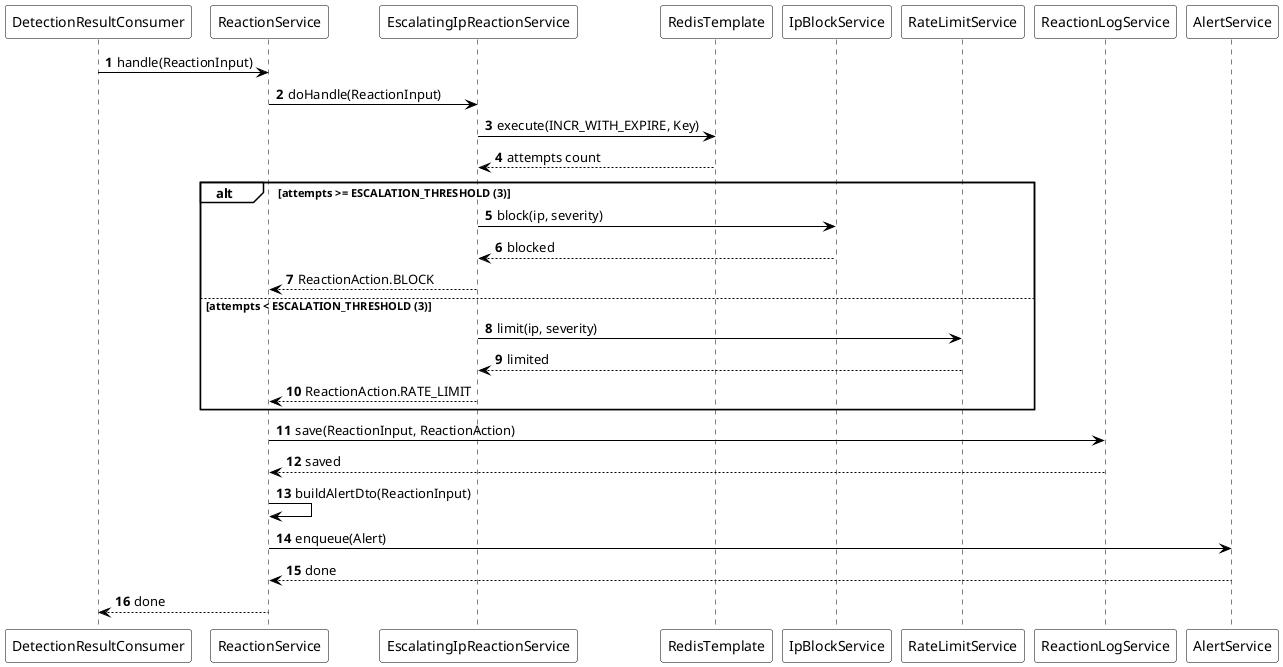
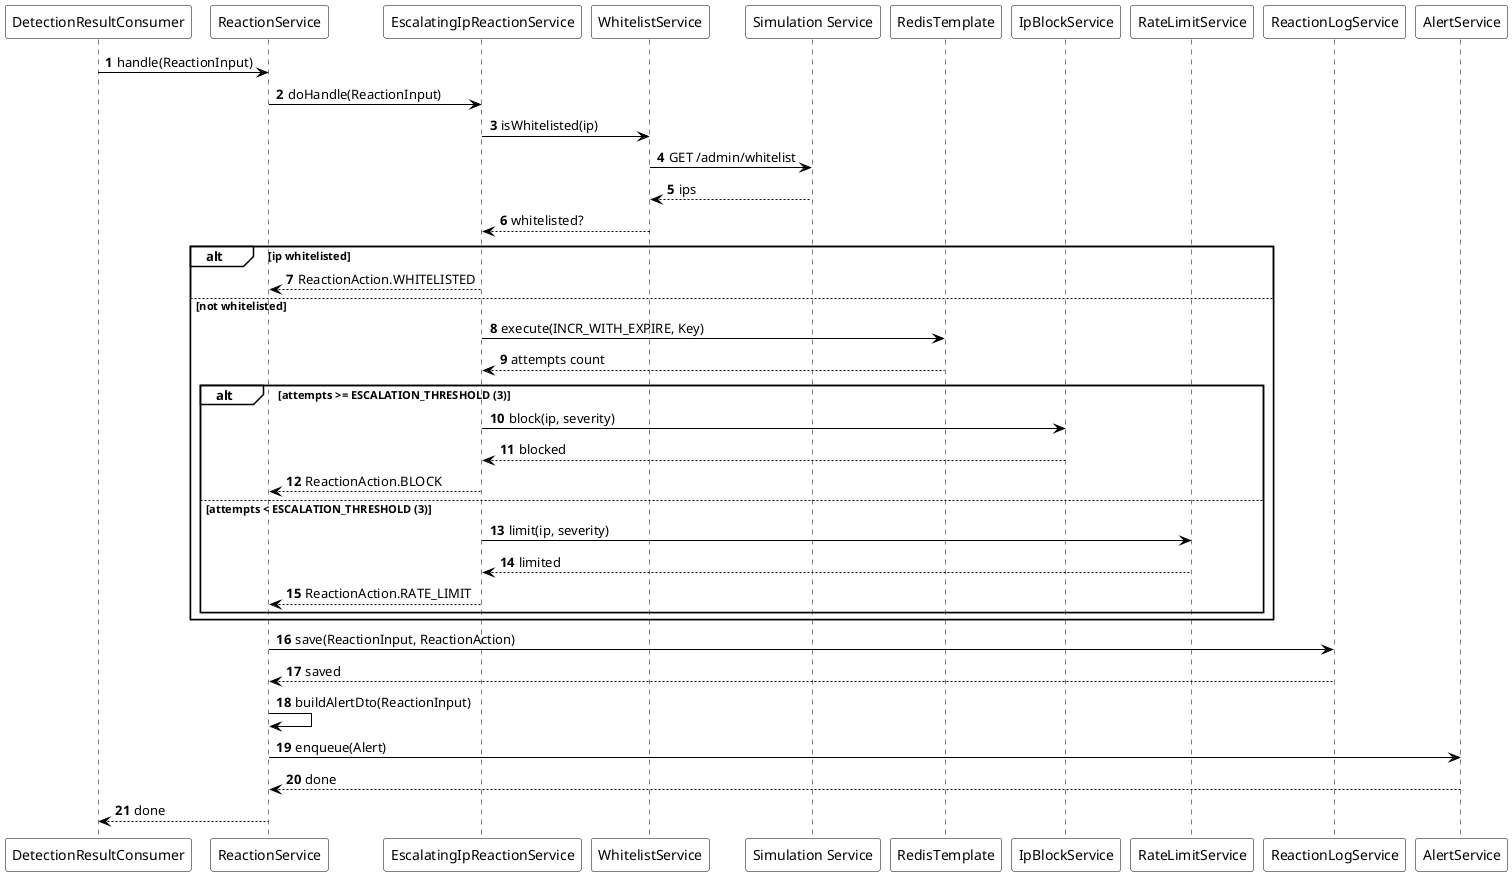
@startuml sequence-reaction-escalation
autonumber
<style>
root {
  BackgroundColor white
  LineColor black
  FontColor black
}
sequenceDiagram {
  participant {
    Padding 10
  }
}
</style>

participant "DetectionResultConsumer" as Consumer
participant "ReactionService" as ReactionSvc
participant "EscalatingIpReactionService" as EscalatingSvc
+ participant "WhitelistService" as WhitelistSvc
+ participant "Simulation Service" as Simulation
participant "RedisTemplate" as Redis
participant "IpBlockService" as BlockSvc
participant "RateLimitService" as LimitSvc
participant "ReactionLogService" as LogSvc
participant "AlertService" as AlertSvc

Consumer -> ReactionSvc : handle(ReactionInput)
ReactionSvc -> EscalatingSvc : doHandle(ReactionInput)

- EscalatingSvc -> Redis : execute(INCR_WITH_EXPIRE, Key)
- Redis --> EscalatingSvc : attempts count
+ EscalatingSvc -> WhitelistSvc : isWhitelisted(ip)
+ WhitelistSvc -> Simulation : GET /admin/whitelist
+ Simulation --> WhitelistSvc : ips
+ WhitelistSvc --> EscalatingSvc : whitelisted?

- alt attempts >= ESCALATION_THRESHOLD (3)
-     EscalatingSvc -> BlockSvc : block(ip, severity)
-     BlockSvc --> EscalatingSvc : blocked
-     EscalatingSvc --> ReactionSvc : ReactionAction.BLOCK
- else attempts < ESCALATION_THRESHOLD (3)
-     EscalatingSvc -> LimitSvc : limit(ip, severity)
-     LimitSvc --> EscalatingSvc : limited
-     EscalatingSvc --> ReactionSvc : ReactionAction.RATE_LIMIT
+ alt ip whitelisted
+     EscalatingSvc --> ReactionSvc : ReactionAction.WHITELISTED
+ else not whitelisted
+     EscalatingSvc -> Redis : execute(INCR_WITH_EXPIRE, Key)
+     Redis --> EscalatingSvc : attempts count
+ 
+     alt attempts >= ESCALATION_THRESHOLD (3)
+         EscalatingSvc -> BlockSvc : block(ip, severity)
+         BlockSvc --> EscalatingSvc : blocked
+         EscalatingSvc --> ReactionSvc : ReactionAction.BLOCK
+     else attempts < ESCALATION_THRESHOLD (3)
+         EscalatingSvc -> LimitSvc : limit(ip, severity)
+         LimitSvc --> EscalatingSvc : limited
+         EscalatingSvc --> ReactionSvc : ReactionAction.RATE_LIMIT
+     end
end

ReactionSvc -> LogSvc : save(ReactionInput, ReactionAction)
LogSvc --> ReactionSvc : saved

ReactionSvc -> ReactionSvc : buildAlertDto(ReactionInput)
ReactionSvc -> AlertSvc : enqueue(Alert)
AlertSvc --> ReactionSvc : done

ReactionSvc --> Consumer : done

@enduml
